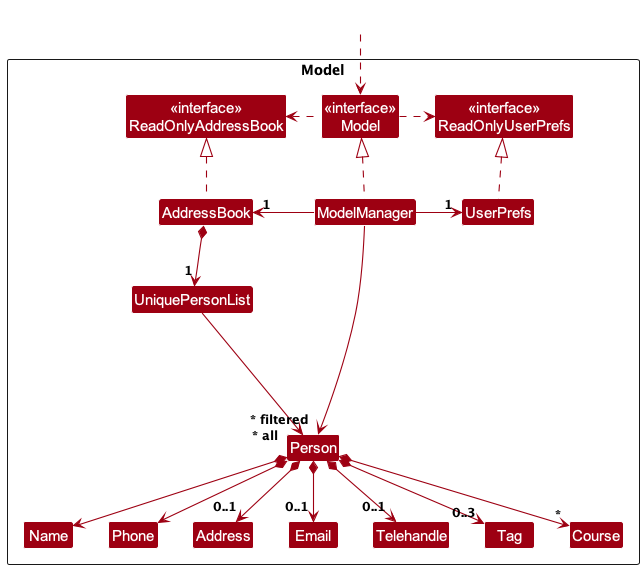
This is docs/images/ModelClassDiagram.png from tanteckfang/tp, a PlantUML export, as it was before one commit.
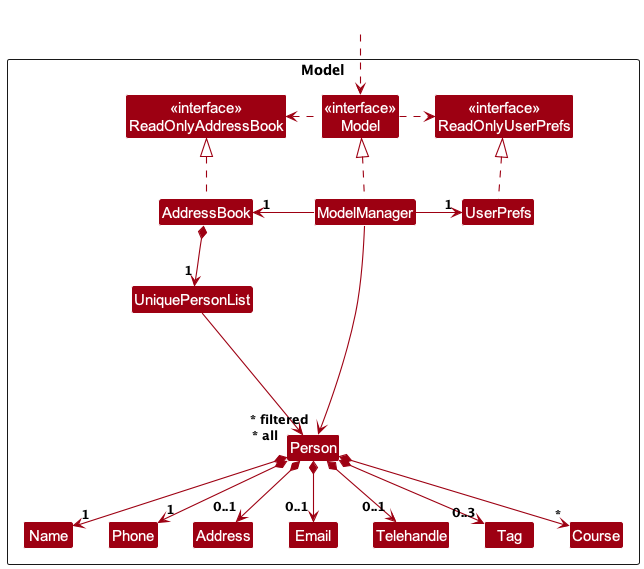
After the change.

What changed in the source:
```diff
@@ -39,8 +39,8 @@
 
 AddressBook *--> "1" UniquePersonList
 UniquePersonList --> "~* all" Person
-Person *--> Name
-Person *--> Phone
+Person *-->"1"Name
+Person *--> "1"Phone
 Person *--> "0..1"Email
 Person *--> "0..1"Address
 Person *--> "0..1"Telehandle
```
